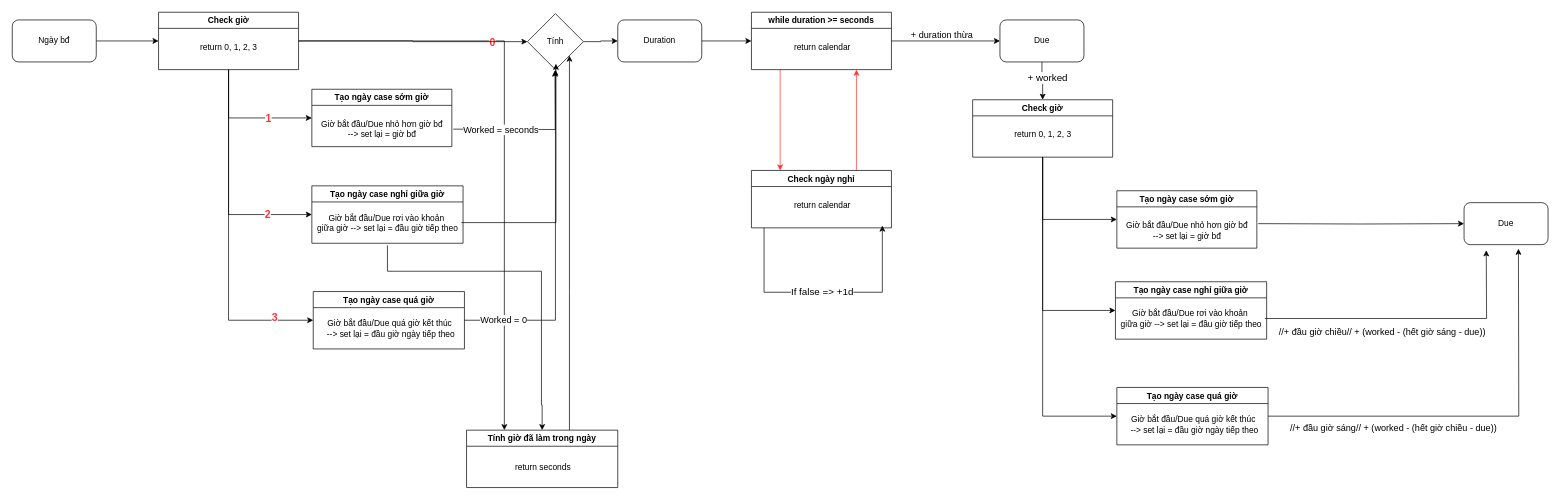
Above: timesheet temp.drawio in mitgaming/drawio (draw.io), before the change. Source tidied: cells renumbered, new cells numbered last; positions are measured from the earlier drawing's top-left corner, leaving out a move shared by most shapes. Both pictures are drawn from the tidied source at 70%, with x=0, y=0 at pixel (12, 12).
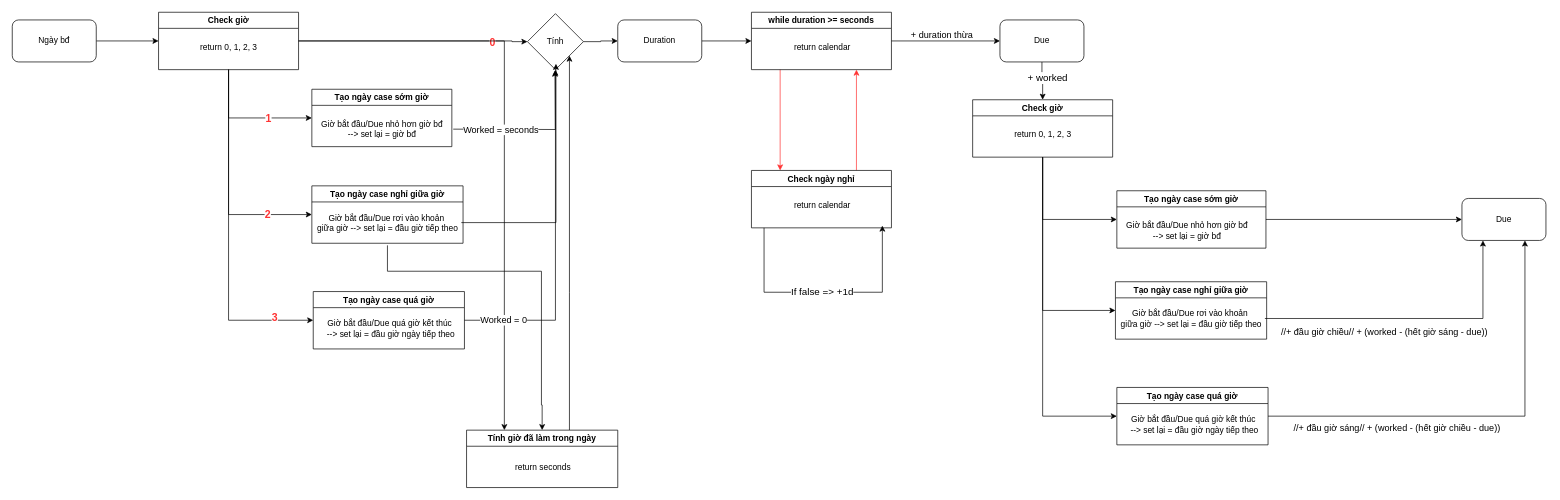
The same page after the edit.

Commit message:
Cập nhật timesheet temp.drawio

Unchanged cells that the change refers to:
```xml
<mxCell id="25" value="Check giờ" style="swimlane;" parent="1" vertex="1">
  <mxGeometry x="209" width="200" height="82" as="geometry" />
</mxCell>
<mxCell id="35" value="Tính" style="rhombus;whiteSpace=wrap;html=1;" parent="1" vertex="1">
  <mxGeometry x="736" y="2" width="80" height="80" as="geometry" />
</mxCell>
<mxCell id="49" value="Giờ bắt đầu/Due rơi vào khoản&amp;nbsp;&lt;br&gt;giữa giờ --&amp;gt; set lại = đầu giờ tiếp theo" style="text;html=1;align=center;verticalAlign=middle;points=[];strokeColor=none;" parent="48" vertex="1">
  <mxGeometry x="2.5" y="37" width="211" height="31" as="geometry" />
</mxCell>
<mxCell id="52" value="Tạo ngày case quá giờ" style="swimlane;" parent="1" vertex="1">
  <mxGeometry x="1578" y="536" width="216" height="82" as="geometry" />
</mxCell>
```

The edit, as a diff of the source:
```diff
@@
     <mxCell id="24" style="edgeStyle=orthogonalEdgeStyle;rounded=0;jettySize=auto;html=1;strokeColor=#000000;" parent="1" edge="1" source="25" target="35">
-      <mxGeometry relative="1" as="geometry" />
+      <mxGeometry relative="1" as="geometry">
+        <Array as="points">
+          <mxPoint x="714" y="41" />
+          <mxPoint x="714" y="42" />
+        </Array>
+      </mxGeometry>
     </mxCell>
@@
     <mxCell id="46" value="Tạo ngày case sớm giờ" style="swimlane;" parent="1" vertex="1">
-      <mxGeometry x="1578" y="255" width="200" height="82" as="geometry" />
+      <mxGeometry x="1578" y="255" width="213" height="82" as="geometry" />
     </mxCell>
@@
-    <mxCell id="50" style="edgeStyle=orthogonalEdgeStyle;rounded=0;jettySize=auto;html=1;strokeColor=#000000;" parent="1" edge="1" source="52">
-      <mxGeometry relative="1" as="geometry">
-        <mxPoint x="2151.7" y="337.9" as="targetPoint" />
-      </mxGeometry>
+    <mxCell id="50" style="edgeStyle=orthogonalEdgeStyle;rounded=0;jettySize=auto;html=1;strokeColor=#000000;entryX=0.75;entryY=1;entryDx=0;entryDy=0;" parent="1" edge="1" source="52" target="60">
+      <mxGeometry relative="1" as="geometry" />
     </mxCell>
@@
     <mxCell id="60" value="Due" style="rounded=1;whiteSpace=wrap;html=1;" parent="1" vertex="1">
-      <mxGeometry x="2074" y="272" width="120" height="60" as="geometry" />
+      <mxGeometry x="2071" y="266" width="120" height="60" as="geometry" />
     </mxCell>
-    <mxCell id="61" style="edgeStyle=orthogonalEdgeStyle;rounded=0;jettySize=auto;html=1;strokeColor=#000000;" parent="1" edge="1" target="60">
-      <mxGeometry relative="1" as="geometry">
-        <mxPoint x="1780" y="302" as="sourcePoint" />
-      </mxGeometry>
+    <mxCell id="61" style="edgeStyle=orthogonalEdgeStyle;rounded=0;jettySize=auto;html=1;strokeColor=#000000;exitX=1;exitY=0.5;exitDx=0;exitDy=0;" parent="1" edge="1" source="46" target="60">
+      <mxGeometry relative="1" as="geometry" />
     </mxCell>
-    <mxCell id="62" value="&lt;font style=&quot;font-size: 13px&quot;&gt;//+ đầu giờ chiều// + (worked - (hết giờ sáng - due))&lt;/font&gt;" style="edgeStyle=orthogonalEdgeStyle;rounded=0;jettySize=auto;html=1;strokeColor=#000000;" parent="1" edge="1" source="49">
+    <mxCell id="62" value="&lt;font style=&quot;font-size: 13px&quot;&gt;//+ đầu giờ chiều// + (worked - (hết giờ sáng - due))&lt;/font&gt;" style="edgeStyle=orthogonalEdgeStyle;rounded=0;jettySize=auto;html=1;strokeColor=#000000;entryX=0.25;entryY=1;entryDx=0;entryDy=0;" parent="1" edge="1" source="49" target="60">
       <mxGeometry x="-0.19" y="-18" relative="1" as="geometry">
-        <mxPoint x="2105.7" y="340.1" as="targetPoint" />
         <mxPoint x="-1" as="offset" />
       </mxGeometry>
     </mxCell>
```
